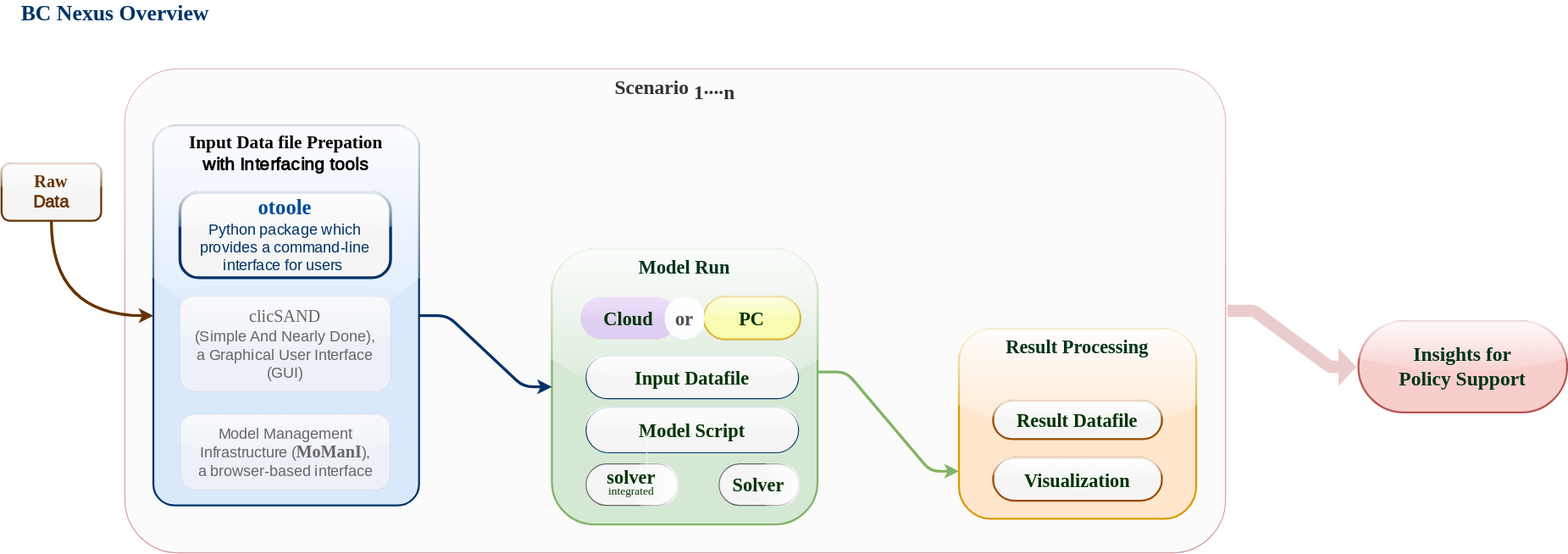
Above: Graphical Resources/Nexus Overview.svg in seas-yoselyn/BC_Nexus (draw.io), before the change. Source tidied: cells renumbered, new cells last; positions are measured from the earlier drawing's top-left corner, leaving out a move shared by most shapes.
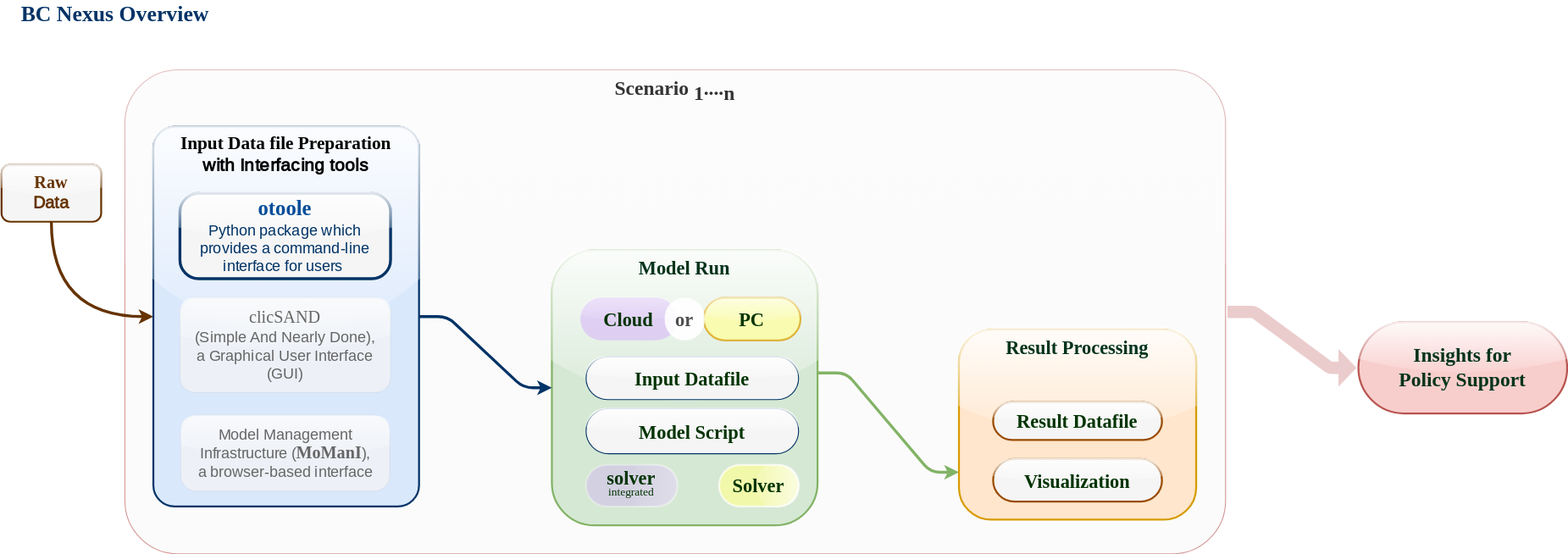
After the commit.

What changed in the source:
```diff
@@ -17,7 +17,7 @@
     <mxCell id="6" style="group;fontColor=#003366;" parent="1" vertex="1">
       <mxGeometry x="170" y="120" width="280" height="400" as="geometry" />
     </mxCell>
-    <mxCell id="7" value="&lt;font style=&quot;font-size: 19px;&quot;&gt;&lt;font style=&quot;font-size: 19px;&quot; face=&quot;Nunito Sans Black&quot;&gt;Input Data file Prepation&lt;/font&gt;&lt;br&gt;with Interfacing tools&lt;/font&gt;" style="text;whiteSpace=wrap;html=1;fontFamily=Nunito Sans;strokeColor=#003366;strokeWidth=2;align=center;rounded=1;shadow=0;sketch=0;fillColor=#dae8fc;verticalAlign=top;fontSize=18;fontSource=https%3A%2F%2Ffonts.googleapis.com%2Fcss%3Ffamily%3DNunito%2BSans;fontStyle=1;arcSize=8;glass=1;labelBackgroundColor=none;" parent="6" vertex="1">
+    <mxCell id="7" value="&lt;font style=&quot;font-size: 19px;&quot;&gt;&lt;font style=&quot;font-size: 19px;&quot; face=&quot;Nunito Sans Black&quot;&gt;Input Data file Preparation&lt;/font&gt;&lt;br&gt;with Interfacing tools&lt;/font&gt;" style="text;whiteSpace=wrap;html=1;fontFamily=Nunito Sans;strokeColor=#003366;strokeWidth=2;align=center;rounded=1;shadow=0;sketch=0;fillColor=#dae8fc;verticalAlign=top;fontSize=18;fontSource=https%3A%2F%2Ffonts.googleapis.com%2Fcss%3Ffamily%3DNunito%2BSans;fontStyle=1;arcSize=8;glass=1;labelBackgroundColor=none;" parent="6" vertex="1">
       <mxGeometry width="280" height="400" as="geometry" />
     </mxCell>
     <mxCell id="8" value="&lt;b style=&quot;&quot;&gt;&lt;font color=&quot;#004c99&quot; face=&quot;Nunito Sans Black&quot; style=&quot;font-size: 22px;&quot;&gt;otoole&lt;/font&gt;&lt;br&gt;&lt;/b&gt;&lt;span style=&quot;color: rgb(0, 51, 102); font-size: 16px; text-align: justify;&quot;&gt;P&lt;/span&gt;&lt;span style=&quot;color: rgb(0, 51, 102); font-size: 16px; text-align: justify;&quot;&gt;ython package which provides a command-line interface for users&amp;nbsp;&lt;/span&gt;&lt;b&gt;&lt;br&gt;&lt;/b&gt;" style="rounded=1;whiteSpace=wrap;html=1;arcSize=22;fontSize=14;fontFamily=Nunito Sans;fontSource=https%3A%2F%2Ffonts.googleapis.com%2Fcss%3Ffamily%3DNunito%2BSans;glass=1;fillStyle=auto;sketch=0;shadow=0;strokeWidth=3;fillColor=#f5f5f5;fontColor=#333333;strokeColor=#003366;" parent="6" vertex="1">
@@ -41,7 +41,7 @@
     <mxCell id="14" value="&lt;b&gt;&lt;font color=&quot;#003300&quot; face=&quot;Nunito Sans Black&quot;&gt;&lt;span style=&quot;font-size: 20px;&quot;&gt;Model Script&lt;/span&gt;&lt;/font&gt;&lt;br&gt;&lt;/b&gt;" style="rounded=1;whiteSpace=wrap;html=1;arcSize=50;fontSize=14;fontFamily=Nunito Sans;fontSource=https%3A%2F%2Ffonts.googleapis.com%2Fcss%3Ffamily%3DNunito%2BSans;glass=1;fillStyle=auto;sketch=0;shadow=0;strokeWidth=1;fillColor=#f5f5f5;fontColor=#333333;strokeColor=#003366;" parent="11" vertex="1">
       <mxGeometry x="36" y="167" width="224" height="47.5" as="geometry" />
     </mxCell>
-    <mxCell id="15" value="&lt;b&gt;&lt;font color=&quot;#003300&quot; face=&quot;Nunito Sans Black&quot;&gt;&lt;span style=&quot;font-size: 20px;&quot;&gt;Solver&lt;/span&gt;&lt;/font&gt;&lt;br&gt;&lt;/b&gt;" style="rounded=1;whiteSpace=wrap;html=1;arcSize=50;fontSize=14;fontFamily=Nunito Sans;fontSource=https%3A%2F%2Ffonts.googleapis.com%2Fcss%3Ffamily%3DNunito%2BSans;glass=1;fillStyle=auto;sketch=0;shadow=0;strokeWidth=1;direction=south;fillColor=#f5f5f5;fontColor=#333333;strokeColor=#666666;" parent="11" vertex="1">
+    <mxCell id="15" value="&lt;b&gt;&lt;font color=&quot;#003300&quot; face=&quot;Nunito Sans Black&quot;&gt;&lt;span style=&quot;font-size: 20px;&quot;&gt;Solver&lt;/span&gt;&lt;/font&gt;&lt;br&gt;&lt;/b&gt;" style="rounded=1;whiteSpace=wrap;html=1;arcSize=50;fontSize=14;fontFamily=Nunito Sans;fontSource=https%3A%2F%2Ffonts.googleapis.com%2Fcss%3Ffamily%3DNunito%2BSans;glass=1;fillStyle=auto;sketch=0;shadow=0;strokeWidth=2;direction=south;fillColor=#FFFF99;fontColor=default;strokeColor=#FFFFFF;opacity=70;" parent="11" vertex="1">
       <mxGeometry x="176.2" y="226.2" width="83.8" height="43.8" as="geometry" />
     </mxCell>
     <mxCell id="16" value="&lt;b&gt;&lt;font color=&quot;#003300&quot; face=&quot;Nunito Sans Black&quot;&gt;&lt;span style=&quot;font-size: 20px;&quot;&gt;PC&lt;/span&gt;&lt;/font&gt;&lt;br&gt;&lt;/b&gt;" style="rounded=1;whiteSpace=wrap;html=1;arcSize=50;fontSize=14;fontFamily=Nunito Sans;fontSource=https%3A%2F%2Ffonts.googleapis.com%2Fcss%3Ffamily%3DNunito%2BSans;glass=1;fillStyle=auto;sketch=0;shadow=0;strokeWidth=2;fillColor=#FFFF99;strokeColor=#d79b00;rotation=0;opacity=70;" parent="11" vertex="1">
@@ -50,7 +50,7 @@
     <mxCell id="17" value="&lt;b&gt;&lt;font color=&quot;#003300&quot; face=&quot;Nunito Sans Black&quot;&gt;&lt;span style=&quot;font-size: 20px;&quot;&gt;Cloud&lt;/span&gt;&lt;/font&gt;&lt;br&gt;&lt;/b&gt;" style="rounded=1;whiteSpace=wrap;html=1;arcSize=50;fontSize=14;fontFamily=Nunito Sans;fontSource=https%3A%2F%2Ffonts.googleapis.com%2Fcss%3Ffamily%3DNunito%2BSans;glass=1;fillStyle=auto;sketch=0;shadow=0;strokeWidth=2;fillColor=#CC99FF;strokeColor=none;rotation=0;opacity=40;" parent="11" vertex="1">
       <mxGeometry x="30" y="50" width="102" height="45" as="geometry" />
     </mxCell>
-    <mxCell id="18" value="&lt;p style=&quot;line-height: 80%;&quot;&gt;&lt;font style=&quot;&quot; color=&quot;#003300&quot; face=&quot;Nunito Sans Black&quot;&gt;&lt;span style=&quot;font-weight: bold; font-size: 20px;&quot;&gt;solver &lt;/span&gt;&lt;font style=&quot;font-size: 12px;&quot;&gt;integrated&lt;/font&gt;&lt;/font&gt;&lt;br&gt;&lt;/p&gt;" style="rounded=1;whiteSpace=wrap;html=1;arcSize=50;fontSize=14;fontFamily=Nunito Sans;fontSource=https%3A%2F%2Ffonts.googleapis.com%2Fcss%3Ffamily%3DNunito%2BSans;glass=1;fillStyle=auto;sketch=0;shadow=0;strokeWidth=1;direction=south;fillColor=#f5f5f5;fontColor=#333333;strokeColor=#666666;" parent="11" vertex="1">
+    <mxCell id="18" value="&lt;p style=&quot;line-height: 80%;&quot;&gt;&lt;font style=&quot;&quot; color=&quot;#003300&quot; face=&quot;Nunito Sans Black&quot;&gt;&lt;span style=&quot;font-weight: bold; font-size: 20px;&quot;&gt;solver &lt;/span&gt;&lt;font style=&quot;font-size: 12px;&quot;&gt;integrated&lt;/font&gt;&lt;/font&gt;&lt;br&gt;&lt;/p&gt;" style="rounded=1;whiteSpace=wrap;html=1;arcSize=50;fontSize=14;fontFamily=Nunito Sans;fontSource=https%3A%2F%2Ffonts.googleapis.com%2Fcss%3Ffamily%3DNunito%2BSans;glass=1;fillStyle=auto;sketch=0;shadow=0;strokeWidth=2;direction=south;fillColor=#CC99FF;fontColor=default;strokeColor=#FFFFFF;opacity=30;" parent="11" vertex="1">
       <mxGeometry x="36" y="226.2" width="96.2" height="43.8" as="geometry" />
     </mxCell>
     <mxCell id="19" style="edgeStyle=entityRelationEdgeStyle;sketch=0;jettySize=auto;html=1;entryX=0;entryY=0.5;entryDx=0;entryDy=0;shadow=0;strokeColor=#003366;strokeWidth=3;fontFamily=Nunito Sans Black;fontSource=https%3A%2F%2Ffonts.googleapis.com%2Fcss%3Ffamily%3DNunito%2BSans%2BBlack;fontSize=19;fontColor=#003300;elbow=vertical;" parent="1" edge="1" source="7" target="12">
@@ -77,8 +77,5 @@
     <mxCell id="26" value="&lt;b&gt;&lt;font face=&quot;Nunito Sans Black&quot;&gt;&lt;span style=&quot;font-size: 20px;&quot;&gt;or&lt;/span&gt;&lt;/font&gt;&lt;br&gt;&lt;/b&gt;" style="rounded=1;whiteSpace=wrap;html=1;arcSize=50;fontSize=14;fontFamily=Nunito Sans;fontSource=https%3A%2F%2Ffonts.googleapis.com%2Fcss%3Ffamily%3DNunito%2BSans;glass=0;fillStyle=auto;sketch=0;shadow=0;strokeWidth=0;rotation=0;strokeColor=#FFFFFF;fontColor=#4D4D4D;labelBackgroundColor=none;labelBorderColor=none;opacity=90;" parent="1" vertex="1">
       <mxGeometry x="709" y="300" width="42" height="45" as="geometry" />
     </mxCell>
-    <mxCell id="27" style="shape=partialRectangle;whiteSpace=wrap;html=1;bottom=0;right=0;fillColor=none;shadow=0;glass=1;labelBackgroundColor=none;labelBorderColor=none;sketch=0;fillStyle=auto;strokeColor=#FFFFFF;strokeWidth=1;fontFamily=Nunito Sans Black;fontSource=https%3A%2F%2Ffonts.googleapis.com%2Fcss%3Ffamily%3DNunito%2BSans%2BBlack;fontSize=21;fontColor=#660000;opacity=70;" parent="1" vertex="1">
-      <mxGeometry x="690" y="430" width="120" height="60" as="geometry" />
-    </mxCell>
   </root>
 </mxGraphModel>
```
